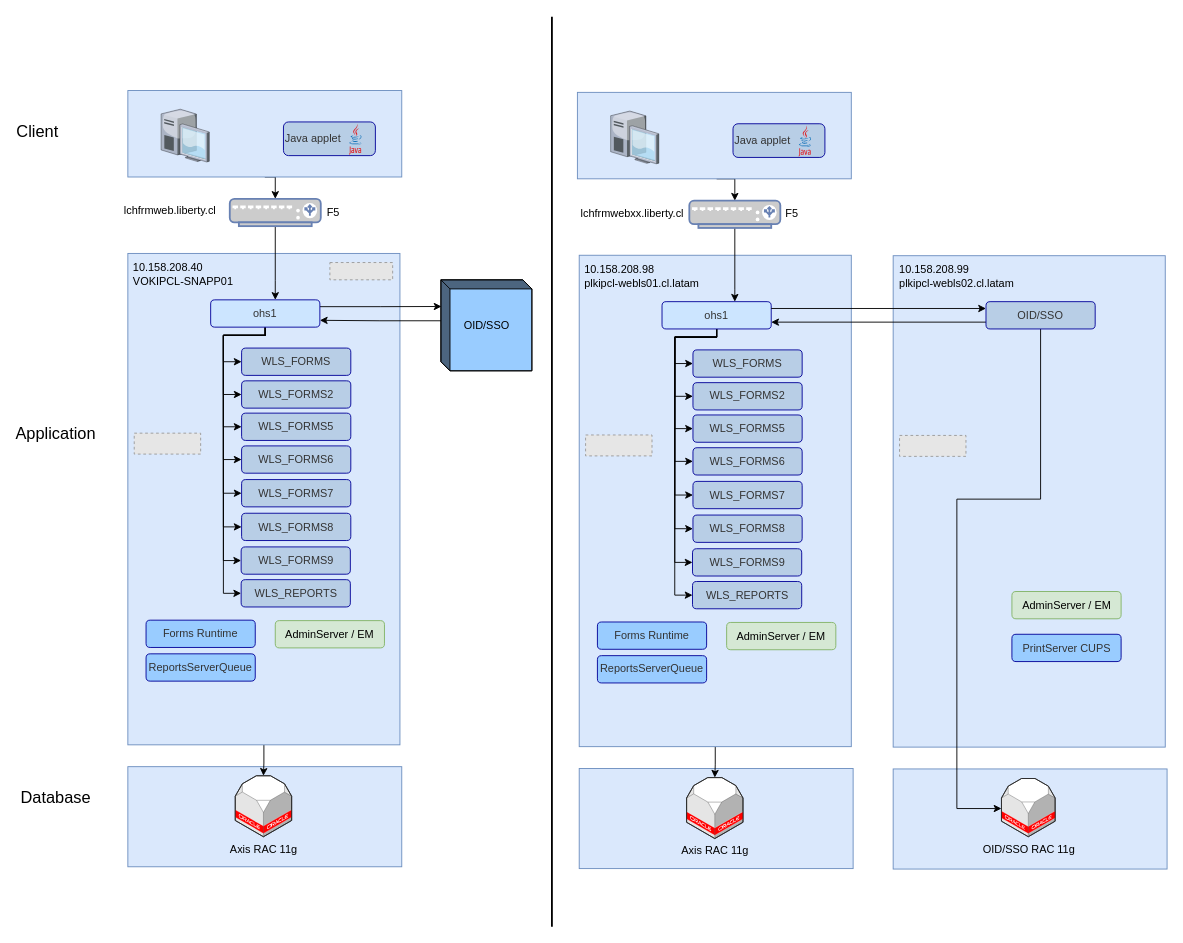
Before: AXIS_HA.drawio in albertitors/draw.io, a draw.io diagram. Source tidied: cells renumbered, new cells numbered last; positions are measured from the earlier drawing's top-left corner, leaving out a move shared by most shapes. Both pictures are drawn from the tidied source at 91%, with x=0, y=0 at pixel (19, 16). Pictures stored in the file or linked from it are replaced by grey dashed boxes.
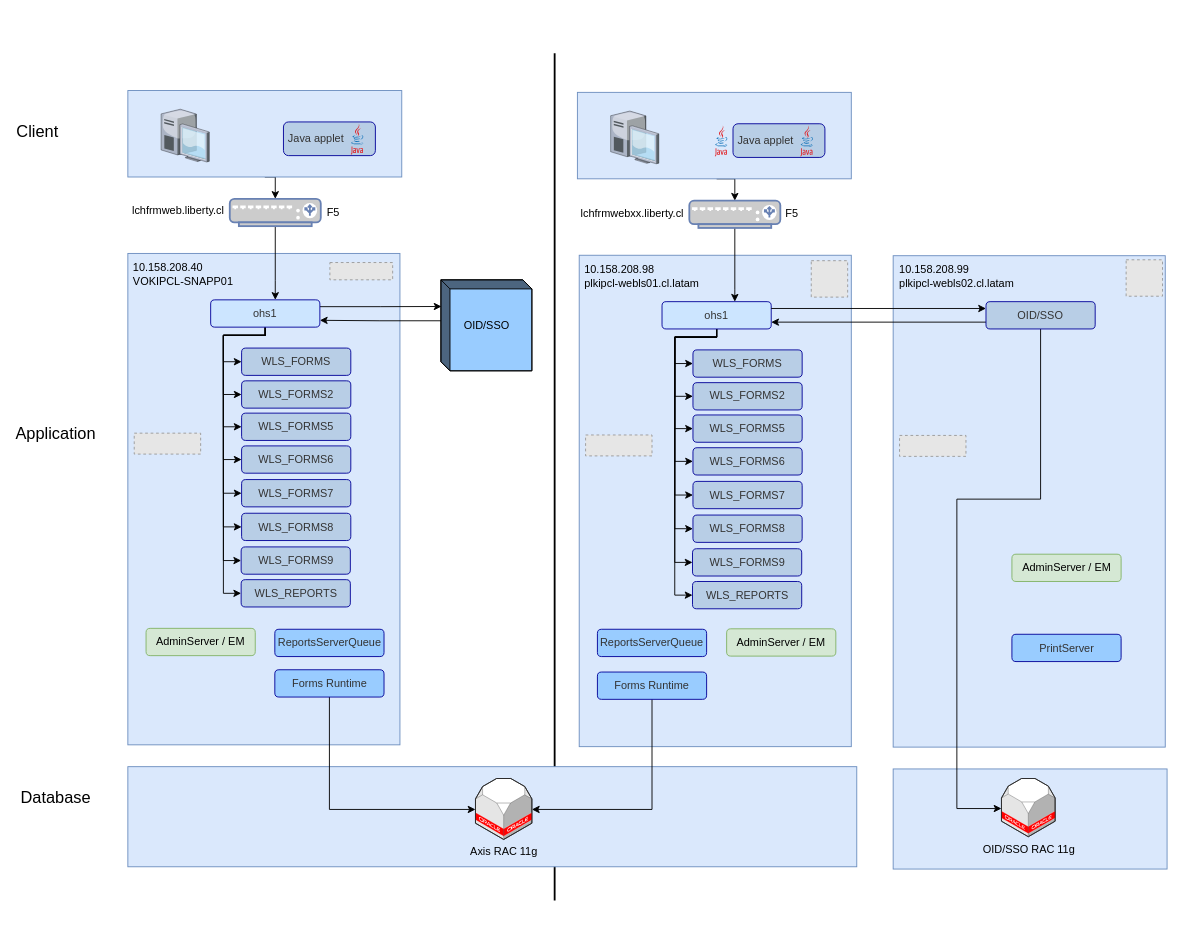
The same page after the edit.

Change to the diagram source:
```diff
@@
+    <mxCell id="44" style="rounded=0;whiteSpace=wrap;html=1;fillColor=#dae8fc;strokeColor=#6c8ebf;" parent="1" vertex="1">
+      <mxGeometry x="615" y="262" width="299" height="540" as="geometry" />
+    </mxCell>
+    <mxCell id="6" style="rounded=0;whiteSpace=wrap;html=1;fillColor=#dae8fc;strokeColor=#6c8ebf;" parent="1" vertex="1">
+      <mxGeometry x="119" y="260" width="299" height="540" as="geometry" />
+    </mxCell>
+    <mxCell id="90" style="line;strokeWidth=2;direction=south;html=1;fillColor=#99CCFF;labelBorderColor=#000000;labelBackgroundColor=#000000;" parent="1" vertex="1">
+      <mxGeometry x="580" y="40" width="16" height="931" as="geometry" />
+    </mxCell>
     <mxCell id="2" style="rounded=0;whiteSpace=wrap;html=1;fillColor=#dae8fc;strokeColor=#6c8ebf;" parent="1" vertex="1">
-      <mxGeometry x="119" y="824" width="301" height="110" as="geometry" />
+      <mxGeometry x="119" y="824" width="801" height="110" as="geometry" />
     </mxCell>
@@
-    <mxCell id="5" style="edgeStyle=orthogonalEdgeStyle;rounded=0;jettySize=auto;html=1;exitX=0.5;exitY=1;exitDx=0;exitDy=0;fontSize=18;" parent="1" edge="1" source="6" target="8">
-      <mxGeometry relative="1" as="geometry" />
-    </mxCell>
-    <mxCell id="6" style="rounded=0;whiteSpace=wrap;html=1;fillColor=#dae8fc;strokeColor=#6c8ebf;" parent="1" vertex="1">
-      <mxGeometry x="119" y="260" width="299" height="540" as="geometry" />
-    </mxCell>
+    <mxCell id="91" style="edgeStyle=orthogonalEdgeStyle;rounded=0;jettySize=auto;html=1;" parent="1" edge="1" source="28" target="8">
+      <mxGeometry relative="1" as="geometry">
+        <Array as="points">
+          <mxPoint x="341" y="871" />
+        </Array>
+      </mxGeometry>
+    </mxCell>
@@
     <mxCell id="8" value="Axis RAC 11g" style="verticalLabelPosition=bottom;html=1;verticalAlign=top;strokeWidth=1;align=center;outlineConnect=0;dashed=0;outlineConnect=0;shape=mxgraph.aws3d.oracleDbServer;fillColor=#ffffff;strokeColor=#5E5E5E;" parent="1" vertex="1">
-      <mxGeometry x="237" y="834" width="62" height="67" as="geometry" />
+      <mxGeometry x="501" y="837" width="62" height="67" as="geometry" />
     </mxCell>
     <mxCell id="9" value="AdminServer / EM&lt;br&gt;" style="rounded=1;whiteSpace=wrap;html=1;fillColor=#d5e8d4;strokeColor=#82b366;" parent="1" vertex="1">
-      <mxGeometry x="281" y="663.5" width="120" height="30" as="geometry" />
+      <mxGeometry x="139" y="672" width="120" height="30" as="geometry" />
     </mxCell>
@@
     <mxCell id="28" value="Forms Runtime" style="rounded=1;whiteSpace=wrap;html=1;fillColor=#99CCFF;strokeColor=#000099;fontColor=#333333;" parent="1" vertex="1">
-      <mxGeometry x="139" y="663" width="120" height="30" as="geometry" />
+      <mxGeometry x="280.5" y="717.5" width="120" height="30" as="geometry" />
     </mxCell>
     <mxCell id="29" value="ReportsServerQueue&lt;br&gt;" style="rounded=1;whiteSpace=wrap;html=1;fillColor=#99CCFF;strokeColor=#000099;fontColor=#333333;" parent="1" vertex="1">
-      <mxGeometry x="139" y="700" width="120" height="30" as="geometry" />
+      <mxGeometry x="280.5" y="673" width="120" height="30" as="geometry" />
     </mxCell>
@@
-    <mxCell id="32" value="Java applet&lt;br&gt;" style="rounded=1;whiteSpace=wrap;html=1;fillColor=#B8CEE6;strokeColor=#000099;fontColor=#333333;align=left;" parent="1" vertex="1">
+    <mxCell id="32" value="&amp;nbsp;Java applet&lt;br&gt;" style="rounded=1;whiteSpace=wrap;html=1;fillColor=#B8CEE6;strokeColor=#000099;fontColor=#333333;align=left;" parent="1" vertex="1">
       <mxGeometry x="290" y="115.5" width="101" height="37" as="geometry" />
     </mxCell>
     <mxCell id="33" style="dashed=0;html=1;align=center;labelPosition=center;verticalLabelPosition=bottom;verticalAlign=top;shape=mxgraph.weblogos.java;strokeColor=#000099;fillColor=#CCE5FF;" parent="1" vertex="1">
-      <mxGeometry x="362" y="117.5" width="14" height="34" as="geometry" />
+      <mxGeometry x="364" y="117.5" width="14" height="34" as="geometry" />
     </mxCell>
@@
     <mxCell id="40" value="&lt;span&gt;lchfrmweb.liberty.cl&lt;/span&gt;&lt;span&gt;&lt;br&gt;&lt;/span&gt;" style="text;html=1;strokeColor=none;fillColor=none;align=left;verticalAlign=middle;whiteSpace=wrap;rounded=0;" parent="1" vertex="1">
-      <mxGeometry x="113" y="198" width="111" height="30" as="geometry" />
+      <mxGeometry x="122" y="198" width="111" height="30" as="geometry" />
     </mxCell>
-    <mxCell id="41" style="rounded=0;whiteSpace=wrap;html=1;fillColor=#dae8fc;strokeColor=#6c8ebf;" parent="1" vertex="1">
-      <mxGeometry x="615" y="826" width="301" height="110" as="geometry" />
-    </mxCell>
@@
-    <mxCell id="43" style="edgeStyle=orthogonalEdgeStyle;rounded=0;jettySize=auto;html=1;exitX=0.5;exitY=1;exitDx=0;exitDy=0;fontSize=18;" parent="1" edge="1" source="44" target="45">
-      <mxGeometry relative="1" as="geometry" />
-    </mxCell>
-    <mxCell id="44" style="rounded=0;whiteSpace=wrap;html=1;fillColor=#dae8fc;strokeColor=#6c8ebf;" parent="1" vertex="1">
-      <mxGeometry x="615" y="262" width="299" height="540" as="geometry" />
-    </mxCell>
-    <mxCell id="45" value="Axis RAC 11g" style="verticalLabelPosition=bottom;html=1;verticalAlign=top;strokeWidth=1;align=center;outlineConnect=0;dashed=0;outlineConnect=0;shape=mxgraph.aws3d.oracleDbServer;fillColor=#ffffff;strokeColor=#5E5E5E;" parent="1" vertex="1">
-      <mxGeometry x="733" y="836" width="62" height="67" as="geometry" />
-    </mxCell>
+    <mxCell id="92" style="edgeStyle=orthogonalEdgeStyle;rounded=0;jettySize=auto;html=1;exitX=0.5;exitY=1;exitDx=0;exitDy=0;" parent="1" edge="1" source="64" target="8">
+      <mxGeometry relative="1" as="geometry">
+        <Array as="points">
+          <mxPoint x="695" y="871" />
+        </Array>
+      </mxGeometry>
+    </mxCell>
     <mxCell id="46" value="AdminServer / EM&lt;br&gt;" style="rounded=1;whiteSpace=wrap;html=1;fillColor=#d5e8d4;strokeColor=#82b366;" parent="1" vertex="1">
-      <mxGeometry x="777" y="665.5" width="120" height="30" as="geometry" />
+      <mxGeometry x="777" y="672.5" width="120" height="30" as="geometry" />
     </mxCell>
@@
     <mxCell id="64" value="Forms Runtime" style="rounded=1;whiteSpace=wrap;html=1;fillColor=#99CCFF;strokeColor=#000099;fontColor=#333333;" parent="1" vertex="1">
-      <mxGeometry x="635" y="665" width="120" height="30" as="geometry" />
+      <mxGeometry x="635" y="720" width="120" height="30" as="geometry" />
     </mxCell>
     <mxCell id="65" value="ReportsServerQueue&lt;br&gt;" style="rounded=1;whiteSpace=wrap;html=1;fillColor=#99CCFF;strokeColor=#000099;fontColor=#333333;" parent="1" vertex="1">
-      <mxGeometry x="635" y="702" width="120" height="30" as="geometry" />
+      <mxGeometry x="635" y="673" width="120" height="30" as="geometry" />
     </mxCell>
@@
-    <mxCell id="73" value="Java applet&lt;br&gt;" style="rounded=1;whiteSpace=wrap;html=1;fillColor=#B8CEE6;strokeColor=#000099;fontColor=#333333;align=left;" parent="1" vertex="1">
+    <mxCell id="73" value="&amp;nbsp;Java applet&lt;br&gt;" style="rounded=1;whiteSpace=wrap;html=1;fillColor=#B8CEE6;strokeColor=#000099;fontColor=#333333;align=left;" parent="1" vertex="1">
       <mxGeometry x="784" y="117.5" width="101" height="37" as="geometry" />
     </mxCell>
     <mxCell id="74" style="dashed=0;html=1;align=center;labelPosition=center;verticalLabelPosition=bottom;verticalAlign=top;shape=mxgraph.weblogos.java;strokeColor=#000099;fillColor=#CCE5FF;" parent="1" vertex="1">
-      <mxGeometry x="856" y="119.5" width="14" height="34" as="geometry" />
+      <mxGeometry x="858" y="119.5" width="14" height="34" as="geometry" />
     </mxCell>
+    <mxCell id="93" style="dashed=0;html=1;align=center;labelPosition=center;verticalLabelPosition=bottom;verticalAlign=top;shape=mxgraph.weblogos.java;strokeColor=#000099;fillColor=#CCE5FF;" parent="1" vertex="1">
+      <mxGeometry x="764" y="119.5" width="14" height="34" as="geometry" />
+    </mxCell>
@@
     <mxCell id="80" value="AdminServer / EM&lt;br&gt;" style="rounded=1;whiteSpace=wrap;html=1;fillColor=#d5e8d4;strokeColor=#82b366;" parent="1" vertex="1">
-      <mxGeometry x="1090.5" y="631.5" width="120" height="30" as="geometry" />
+      <mxGeometry x="1090.5" y="590.5" width="120" height="30" as="geometry" />
     </mxCell>
@@
-    <mxCell id="86" value="PrintServer CUPS&lt;br&gt;" style="rounded=1;whiteSpace=wrap;html=1;fillColor=#99CCFF;strokeColor=#000099;fontColor=#333333;" parent="1" vertex="1">
+    <mxCell id="86" value="PrintServer&lt;br&gt;" style="rounded=1;whiteSpace=wrap;html=1;fillColor=#99CCFF;strokeColor=#000099;fontColor=#333333;" parent="1" vertex="1">
       <mxGeometry x="1090.5" y="678.5" width="120" height="30" as="geometry" />
     </mxCell>
@@
-    <mxCell id="90" style="line;strokeWidth=2;direction=south;html=1;fillColor=#99CCFF;" parent="1" vertex="1">
-      <mxGeometry x="580" width="10" height="1000" as="geometry" />
-    </mxCell>
+    <mxCell id="94" style="fillColor=#E6E6E6;strokeColor=#999999;dashed=1;verticalLabelPosition=bottom;verticalAlign=top;" parent="1" vertex="1">
+      <mxGeometry x="870" y="268" width="40" height="40" as="geometry" />
+    </mxCell>
+    <mxCell id="95" style="fillColor=#E6E6E6;strokeColor=#999999;dashed=1;verticalLabelPosition=bottom;verticalAlign=top;" parent="1" vertex="1">
+      <mxGeometry x="1216" y="267" width="40" height="40" as="geometry" />
+    </mxCell>
```
